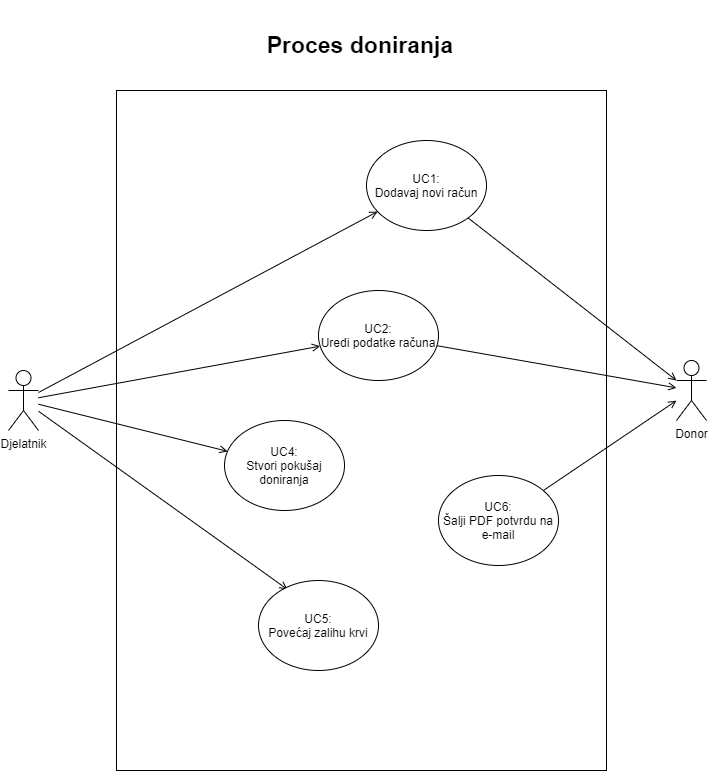
ToniIvankovic/TrueBlood keeps this draw.io diagram as Dokumentacija/Use cases/Use Cases-2 - Proces doniranja.png. Above is the earlier version. Source tidied: cells renumbered, new cells last; positions are measured from the earlier drawing's top-left corner, leaving out a move shared by most shapes. Its diagram source:
```xml
<mxGraphModel>
  <root>
    <mxCell id="0" />
    <mxCell id="1" parent="0" />
    <mxCell id="2" style="rounded=0;whiteSpace=wrap;html=1;" parent="1" vertex="1">
      <mxGeometry x="108" y="90" width="490" height="680" as="geometry" />
    </mxCell>
    <mxCell id="3" style="edgeStyle=none;rounded=0;jettySize=auto;html=1;entryX=0;entryY=0.3333333333333333;entryDx=0;entryDy=0;entryPerimeter=0;endArrow=open;endFill=0;fontSize=23;" parent="1" edge="1" source="4" target="12">
      <mxGeometry relative="1" as="geometry" />
    </mxCell>
    <mxCell id="4" value="UC1:&lt;br&gt;Dodavaj novi račun" style="ellipse;whiteSpace=wrap;html=1;" parent="1" vertex="1">
      <mxGeometry x="358" y="140" width="120" height="90" as="geometry" />
    </mxCell>
    <mxCell id="5" style="edgeStyle=none;rounded=0;jettySize=auto;html=1;endArrow=open;endFill=0;fontSize=23;" parent="1" edge="1" source="6" target="12">
      <mxGeometry relative="1" as="geometry" />
    </mxCell>
    <mxCell id="6" value="UC2:&lt;br&gt;Uredi podatke računa" style="ellipse;whiteSpace=wrap;html=1;" parent="1" vertex="1">
      <mxGeometry x="310" y="290" width="120" height="90" as="geometry" />
    </mxCell>
    <mxCell id="7" style="edgeStyle=none;rounded=0;jettySize=auto;html=1;endArrow=open;endFill=0;" parent="1" edge="1" source="11" target="4">
      <mxGeometry relative="1" as="geometry" />
    </mxCell>
    <mxCell id="8" style="edgeStyle=none;rounded=0;jettySize=auto;html=1;endArrow=open;endFill=0;" parent="1" edge="1" source="11" target="6">
      <mxGeometry relative="1" as="geometry" />
    </mxCell>
    <mxCell id="9" style="edgeStyle=none;rounded=0;jettySize=auto;html=1;endArrow=open;endFill=0;fontSize=23;" parent="1" edge="1" source="11" target="14">
      <mxGeometry relative="1" as="geometry" />
    </mxCell>
    <mxCell id="10" style="edgeStyle=none;rounded=0;jettySize=auto;html=1;entryX=0.242;entryY=0.1;entryDx=0;entryDy=0;entryPerimeter=0;endArrow=open;endFill=0;fontSize=23;" parent="1" edge="1" source="11" target="15">
      <mxGeometry relative="1" as="geometry" />
    </mxCell>
    <mxCell id="11" value="Djelatnik" style="shape=umlActor;verticalLabelPosition=bottom;verticalAlign=top;html=1;outlineConnect=0;" parent="1" vertex="1">
      <mxGeometry y="370" width="30" height="60" as="geometry" />
    </mxCell>
    <mxCell id="12" value="Donor" style="shape=umlActor;verticalLabelPosition=bottom;verticalAlign=top;html=1;outlineConnect=0;" parent="1" vertex="1">
      <mxGeometry x="668" y="360" width="30" height="60" as="geometry" />
    </mxCell>
    <mxCell id="13" value="Proces doniranja" style="text;html=1;strokeColor=none;fillColor=none;align=center;verticalAlign=middle;whiteSpace=wrap;rounded=0;fontSize=23;fontStyle=1;" parent="1" vertex="1">
      <mxGeometry x="216" width="272" height="90" as="geometry" />
    </mxCell>
    <mxCell id="14" value="UC4:&lt;br&gt;Stvori pokušaj doniranja" style="ellipse;whiteSpace=wrap;html=1;" parent="1" vertex="1">
      <mxGeometry x="216" y="420" width="120" height="90" as="geometry" />
    </mxCell>
    <mxCell id="15" value="UC5:&lt;br&gt;Povećaj zalihu krvi" style="ellipse;whiteSpace=wrap;html=1;" parent="1" vertex="1">
      <mxGeometry x="250" y="580" width="120" height="90" as="geometry" />
    </mxCell>
    <mxCell id="16" style="edgeStyle=none;rounded=0;jettySize=auto;html=1;endArrow=open;endFill=0;fontSize=23;" parent="1" edge="1" source="17" target="12">
      <mxGeometry relative="1" as="geometry" />
    </mxCell>
    <mxCell id="17" value="UC6:&lt;br&gt;Šalji PDF potvrdu na e-mail" style="ellipse;whiteSpace=wrap;html=1;" parent="1" vertex="1">
      <mxGeometry x="430" y="475" width="120" height="90" as="geometry" />
    </mxCell>
  </root>
</mxGraphModel>
```
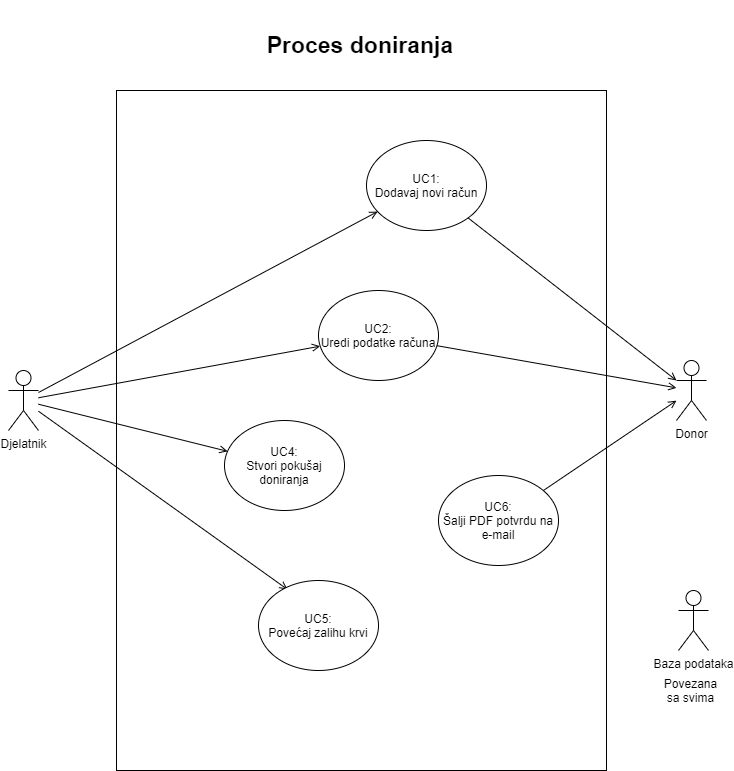
After the change.

What changed in the source:
```diff
@@ -50,5 +50,11 @@
     <mxCell id="17" value="UC6:&lt;br&gt;Šalji PDF potvrdu na e-mail" style="ellipse;whiteSpace=wrap;html=1;" parent="1" vertex="1">
       <mxGeometry x="430" y="475" width="120" height="90" as="geometry" />
     </mxCell>
+    <mxCell id="18" value="Baza podataka" style="shape=umlActor;verticalLabelPosition=bottom;verticalAlign=top;html=1;" parent="1" vertex="1">
+      <mxGeometry x="670" y="590" width="30" height="60" as="geometry" />
+    </mxCell>
+    <mxCell id="19" value="Povezana sa svima" style="text;html=1;strokeColor=none;fillColor=none;align=center;verticalAlign=middle;whiteSpace=wrap;rounded=0;" parent="1" vertex="1">
+      <mxGeometry x="650" y="680" width="65" height="20" as="geometry" />
+    </mxCell>
   </root>
 </mxGraphModel>
```
